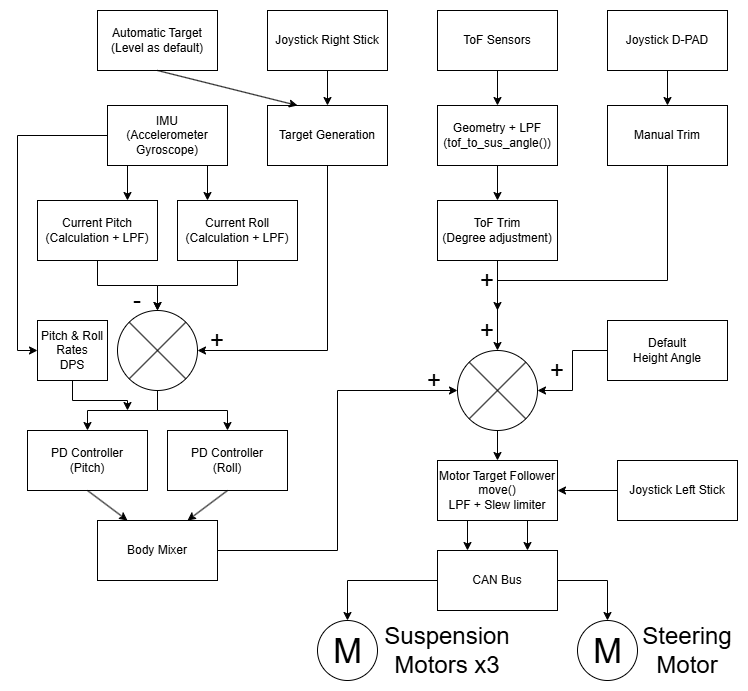
Above: docs/images/main_py_high_level.drawio.png in s00248142/predictive-rover-suspension (draw.io), before the change. Source tidied: cells renumbered, new cells last; positions are measured from the earlier drawing's top-left corner, leaving out a move shared by most shapes. The source it was exported from:
```xml
<mxGraphModel>
  <root>
    <mxCell id="0" />
    <mxCell id="1" parent="0" />
    <mxCell id="2" value="Joystick Right Stick" style="rounded=0;whiteSpace=wrap;html=1;" parent="1" vertex="1">
      <mxGeometry x="240" width="120" height="60" as="geometry" />
    </mxCell>
    <mxCell id="3" style="edgeStyle=orthogonalEdgeStyle;rounded=0;jettySize=auto;html=1;exitX=0.5;exitY=1;exitDx=0;exitDy=0;entryX=1;entryY=0.5;entryDx=0;entryDy=0;" parent="1" edge="1" source="4" target="47">
      <mxGeometry relative="1" as="geometry" />
    </mxCell>
    <mxCell id="4" value="Target Generation" style="rounded=0;whiteSpace=wrap;html=1;" parent="1" vertex="1">
      <mxGeometry x="240" y="95" width="120" height="60" as="geometry" />
    </mxCell>
    <mxCell id="5" value="PD Controller&lt;div&gt;(Pitch)&lt;/div&gt;" style="rounded=0;whiteSpace=wrap;html=1;" parent="1" vertex="1">
      <mxGeometry y="420" width="120" height="60" as="geometry" />
    </mxCell>
    <mxCell id="6" value="PD Controller&lt;div&gt;(Roll)&lt;/div&gt;" style="rounded=0;whiteSpace=wrap;html=1;" parent="1" vertex="1">
      <mxGeometry x="140" y="420" width="120" height="60" as="geometry" />
    </mxCell>
    <mxCell id="7" style="edgeStyle=orthogonalEdgeStyle;rounded=0;jettySize=auto;html=1;exitX=1;exitY=0.5;exitDx=0;exitDy=0;entryX=0;entryY=0.5;entryDx=0;entryDy=0;" parent="1" edge="1" source="8" target="22">
      <mxGeometry relative="1" as="geometry" />
    </mxCell>
    <mxCell id="8" value="Body Mixer" style="rounded=0;whiteSpace=wrap;html=1;" parent="1" vertex="1">
      <mxGeometry x="70" y="510" width="120" height="60" as="geometry" />
    </mxCell>
    <mxCell id="9" style="edgeStyle=orthogonalEdgeStyle;rounded=0;jettySize=auto;html=1;exitX=0.25;exitY=1;exitDx=0;exitDy=0;entryX=0.25;entryY=0;entryDx=0;entryDy=0;" parent="1" edge="1" source="11" target="14">
      <mxGeometry relative="1" as="geometry" />
    </mxCell>
    <mxCell id="10" style="edgeStyle=orthogonalEdgeStyle;rounded=0;jettySize=auto;html=1;exitX=0.75;exitY=1;exitDx=0;exitDy=0;entryX=0.75;entryY=0;entryDx=0;entryDy=0;" parent="1" edge="1" source="11" target="14">
      <mxGeometry relative="1" as="geometry" />
    </mxCell>
    <mxCell id="11" value="Motor Target Follower&lt;div&gt;move()&lt;br&gt;LPF + Slew limiter&lt;/div&gt;" style="rounded=0;whiteSpace=wrap;html=1;" parent="1" vertex="1">
      <mxGeometry x="410" y="450" width="120" height="60" as="geometry" />
    </mxCell>
    <mxCell id="12" style="edgeStyle=orthogonalEdgeStyle;rounded=0;jettySize=auto;html=1;exitX=0;exitY=0.5;exitDx=0;exitDy=0;entryX=0.5;entryY=0;entryDx=0;entryDy=0;" parent="1" edge="1" source="14" target="41">
      <mxGeometry relative="1" as="geometry" />
    </mxCell>
    <mxCell id="13" style="edgeStyle=orthogonalEdgeStyle;rounded=0;jettySize=auto;html=1;exitX=1;exitY=0.5;exitDx=0;exitDy=0;entryX=0.5;entryY=0;entryDx=0;entryDy=0;" parent="1" edge="1" source="14" target="55">
      <mxGeometry relative="1" as="geometry" />
    </mxCell>
    <mxCell id="14" value="CAN Bus" style="rounded=0;whiteSpace=wrap;html=1;" parent="1" vertex="1">
      <mxGeometry x="410" y="540" width="120" height="60" as="geometry" />
    </mxCell>
    <mxCell id="15" value="Automatic Target&lt;div&gt;(Level as default)&lt;/div&gt;" style="rounded=0;whiteSpace=wrap;html=1;" parent="1" vertex="1">
      <mxGeometry x="70" width="120" height="60" as="geometry" />
    </mxCell>
    <mxCell id="16" style="endArrow=classic;html=1;rounded=0;exitX=0.5;exitY=1;exitDx=0;exitDy=0;entryX=0.25;entryY=0;entryDx=0;entryDy=0;" parent="1" edge="1" source="15" target="4">
      <mxGeometry relative="1" as="geometry" />
    </mxCell>
    <mxCell id="17" style="endArrow=classic;html=1;rounded=0;exitX=0.5;exitY=1;exitDx=0;exitDy=0;entryX=0.5;entryY=0;entryDx=0;entryDy=0;" parent="1" edge="1" source="2" target="4">
      <mxGeometry relative="1" as="geometry" />
    </mxCell>
    <mxCell id="18" value="ToF Sensors" style="rounded=0;whiteSpace=wrap;html=1;" parent="1" vertex="1">
      <mxGeometry x="410" width="120" height="60" as="geometry" />
    </mxCell>
    <mxCell id="19" value="ToF Trim&lt;div&gt;(Degree adjustment)&lt;/div&gt;" style="rounded=0;whiteSpace=wrap;html=1;" parent="1" vertex="1">
      <mxGeometry x="410" y="190" width="120" height="60" as="geometry" />
    </mxCell>
    <mxCell id="20" value="Joystick D-PAD" style="rounded=0;whiteSpace=wrap;html=1;" parent="1" vertex="1">
      <mxGeometry x="580" width="120" height="60" as="geometry" />
    </mxCell>
    <mxCell id="21" style="edgeStyle=orthogonalEdgeStyle;rounded=0;jettySize=auto;html=1;exitX=0.5;exitY=1;exitDx=0;exitDy=0;entryX=0.5;entryY=0;entryDx=0;entryDy=0;" parent="1" edge="1" source="22" target="11">
      <mxGeometry relative="1" as="geometry" />
    </mxCell>
    <mxCell id="22" style="shape=sumEllipse;perimeter=ellipsePerimeter;whiteSpace=wrap;html=1;backgroundOutline=1;" parent="1" vertex="1">
      <mxGeometry x="430" y="340" width="80" height="80" as="geometry" />
    </mxCell>
    <mxCell id="23" style="edgeStyle=orthogonalEdgeStyle;rounded=0;jettySize=auto;html=1;exitX=0.5;exitY=1;exitDx=0;exitDy=0;" parent="1" edge="1" source="24">
      <mxGeometry relative="1" as="geometry">
        <mxPoint x="470" y="300" as="targetPoint" />
        <Array as="points">
          <mxPoint x="640" y="270" />
          <mxPoint x="470" y="270" />
        </Array>
      </mxGeometry>
    </mxCell>
    <mxCell id="24" value="Manual Trim" style="rounded=0;whiteSpace=wrap;html=1;" parent="1" vertex="1">
      <mxGeometry x="580" y="95" width="120" height="60" as="geometry" />
    </mxCell>
    <mxCell id="25" value="Geometry + LPF&lt;div&gt;(tof_to_sus_angle())&lt;/div&gt;" style="rounded=0;whiteSpace=wrap;html=1;" parent="1" vertex="1">
      <mxGeometry x="410" y="95" width="120" height="60" as="geometry" />
    </mxCell>
    <mxCell id="26" style="endArrow=classic;html=1;rounded=0;entryX=0.5;entryY=0;entryDx=0;entryDy=0;exitX=0.5;exitY=1;exitDx=0;exitDy=0;" parent="1" edge="1" source="18" target="25">
      <mxGeometry relative="1" as="geometry" />
    </mxCell>
    <mxCell id="27" style="endArrow=classic;html=1;rounded=0;entryX=0.5;entryY=0;entryDx=0;entryDy=0;exitX=0.5;exitY=1;exitDx=0;exitDy=0;" parent="1" edge="1" source="20" target="24">
      <mxGeometry relative="1" as="geometry" />
    </mxCell>
    <mxCell id="28" style="edgeStyle=orthogonalEdgeStyle;rounded=0;jettySize=auto;html=1;exitX=0;exitY=0.5;exitDx=0;exitDy=0;entryX=0;entryY=0.5;entryDx=0;entryDy=0;" parent="1" edge="1" source="31" target="58">
      <mxGeometry relative="1" as="geometry" />
    </mxCell>
    <mxCell id="29" style="edgeStyle=orthogonalEdgeStyle;rounded=0;jettySize=auto;html=1;exitX=0.75;exitY=1;exitDx=0;exitDy=0;entryX=0.25;entryY=0;entryDx=0;entryDy=0;" parent="1" edge="1" source="31" target="35">
      <mxGeometry relative="1" as="geometry" />
    </mxCell>
    <mxCell id="30" style="edgeStyle=orthogonalEdgeStyle;rounded=0;jettySize=auto;html=1;exitX=0.25;exitY=1;exitDx=0;exitDy=0;entryX=0.75;entryY=0;entryDx=0;entryDy=0;" parent="1" edge="1" source="31" target="33">
      <mxGeometry relative="1" as="geometry" />
    </mxCell>
    <mxCell id="31" value="IMU&lt;div&gt;(Accelerometer&lt;/div&gt;&lt;div&gt;Gyroscope)&lt;/div&gt;" style="rounded=0;whiteSpace=wrap;html=1;" parent="1" vertex="1">
      <mxGeometry x="80" y="95" width="120" height="60" as="geometry" />
    </mxCell>
    <mxCell id="32" style="edgeStyle=orthogonalEdgeStyle;rounded=0;jettySize=auto;html=1;exitX=0.5;exitY=1;exitDx=0;exitDy=0;entryX=0.5;entryY=0;entryDx=0;entryDy=0;" parent="1" edge="1" source="33" target="47">
      <mxGeometry relative="1" as="geometry" />
    </mxCell>
    <mxCell id="33" value="Current Pitch&lt;div&gt;(Calculation + LPF)&lt;/div&gt;" style="rounded=0;whiteSpace=wrap;html=1;" parent="1" vertex="1">
      <mxGeometry x="10" y="190" width="120" height="60" as="geometry" />
    </mxCell>
    <mxCell id="34" style="edgeStyle=orthogonalEdgeStyle;rounded=0;jettySize=auto;html=1;exitX=0.5;exitY=1;exitDx=0;exitDy=0;" parent="1" edge="1" source="35">
      <mxGeometry relative="1" as="geometry">
        <mxPoint x="130" y="300" as="targetPoint" />
      </mxGeometry>
    </mxCell>
    <mxCell id="35" value="Current Roll&lt;div&gt;(Calculation + LPF)&lt;/div&gt;" style="rounded=0;whiteSpace=wrap;html=1;" parent="1" vertex="1">
      <mxGeometry x="150" y="190" width="120" height="60" as="geometry" />
    </mxCell>
    <mxCell id="36" style="endArrow=classic;html=1;rounded=0;entryX=0.5;entryY=0;entryDx=0;entryDy=0;exitX=0.5;exitY=1;exitDx=0;exitDy=0;" parent="1" edge="1" source="25" target="19">
      <mxGeometry relative="1" as="geometry" />
    </mxCell>
    <mxCell id="37" style="edgeStyle=orthogonalEdgeStyle;rounded=0;jettySize=auto;html=1;exitX=0;exitY=0.5;exitDx=0;exitDy=0;entryX=1;entryY=0.5;entryDx=0;entryDy=0;" parent="1" edge="1" source="38" target="11">
      <mxGeometry relative="1" as="geometry" />
    </mxCell>
    <mxCell id="38" value="Joystick Left Stick" style="rounded=0;whiteSpace=wrap;html=1;" parent="1" vertex="1">
      <mxGeometry x="590" y="450" width="120" height="60" as="geometry" />
    </mxCell>
    <mxCell id="39" style="edgeStyle=orthogonalEdgeStyle;rounded=0;jettySize=auto;html=1;exitX=0;exitY=0.5;exitDx=0;exitDy=0;entryX=1;entryY=0.5;entryDx=0;entryDy=0;" parent="1" edge="1" source="40" target="22">
      <mxGeometry relative="1" as="geometry" />
    </mxCell>
    <mxCell id="40" value="Default&lt;div&gt;Height Angle&lt;/div&gt;" style="rounded=0;whiteSpace=wrap;html=1;" parent="1" vertex="1">
      <mxGeometry x="580" y="310" width="120" height="60" as="geometry" />
    </mxCell>
    <mxCell id="41" value="M" style="verticalLabelPosition=middle;shadow=0;dashed=0;align=center;html=1;verticalAlign=middle;strokeWidth=1;shape=ellipse;fontSize=35;" parent="1" vertex="1">
      <mxGeometry x="290" y="610" width="60" height="60" as="geometry" />
    </mxCell>
    <mxCell id="42" style="endArrow=classic;html=1;rounded=0;exitX=0.5;exitY=1;exitDx=0;exitDy=0;entryX=0.25;entryY=0;entryDx=0;entryDy=0;" parent="1" edge="1" source="5" target="8">
      <mxGeometry relative="1" as="geometry" />
    </mxCell>
    <mxCell id="43" style="endArrow=classic;html=1;rounded=0;exitX=0.5;exitY=1;exitDx=0;exitDy=0;entryX=0.75;entryY=0;entryDx=0;entryDy=0;" parent="1" edge="1" source="6" target="8">
      <mxGeometry relative="1" as="geometry" />
    </mxCell>
    <mxCell id="44" style="endArrow=classic;html=1;rounded=0;exitX=0.5;exitY=1;exitDx=0;exitDy=0;entryX=0.5;entryY=0;entryDx=0;entryDy=0;" parent="1" edge="1" source="19" target="22">
      <mxGeometry relative="1" as="geometry" />
    </mxCell>
    <mxCell id="45" style="edgeStyle=orthogonalEdgeStyle;rounded=0;jettySize=auto;html=1;exitX=0.5;exitY=1;exitDx=0;exitDy=0;entryX=0.5;entryY=0;entryDx=0;entryDy=0;" parent="1" edge="1" source="47" target="5">
      <mxGeometry relative="1" as="geometry" />
    </mxCell>
    <mxCell id="46" style="edgeStyle=orthogonalEdgeStyle;rounded=0;jettySize=auto;html=1;exitX=0.5;exitY=1;exitDx=0;exitDy=0;entryX=0.5;entryY=0;entryDx=0;entryDy=0;" parent="1" edge="1" source="47" target="6">
      <mxGeometry relative="1" as="geometry" />
    </mxCell>
    <mxCell id="47" style="shape=sumEllipse;perimeter=ellipsePerimeter;whiteSpace=wrap;html=1;backgroundOutline=1;" parent="1" vertex="1">
      <mxGeometry x="90" y="300" width="80" height="80" as="geometry" />
    </mxCell>
    <mxCell id="48" value="&lt;font style=&quot;font-size: 24px;&quot;&gt;+&lt;/font&gt;" style="rounded=0;whiteSpace=wrap;html=1;strokeColor=none;fillColor=none;" parent="1" vertex="1">
      <mxGeometry x="180" y="320" width="20" height="20" as="geometry" />
    </mxCell>
    <mxCell id="49" value="&lt;font style=&quot;font-size: 24px;&quot;&gt;+&lt;/font&gt;" style="rounded=0;whiteSpace=wrap;html=1;strokeColor=none;fillColor=none;" parent="1" vertex="1">
      <mxGeometry x="450" y="310" width="20" height="20" as="geometry" />
    </mxCell>
    <mxCell id="50" value="&lt;font style=&quot;font-size: 24px;&quot;&gt;+&lt;/font&gt;" style="rounded=0;whiteSpace=wrap;html=1;strokeColor=none;fillColor=none;" parent="1" vertex="1">
      <mxGeometry x="450" y="260" width="20" height="20" as="geometry" />
    </mxCell>
    <mxCell id="51" value="&lt;font style=&quot;font-size: 24px;&quot;&gt;+&lt;/font&gt;" style="rounded=0;whiteSpace=wrap;html=1;strokeColor=none;fillColor=none;" parent="1" vertex="1">
      <mxGeometry x="520" y="350" width="20" height="20" as="geometry" />
    </mxCell>
    <mxCell id="52" value="&lt;font style=&quot;font-size: 24px;&quot;&gt;+&lt;/font&gt;" style="rounded=0;whiteSpace=wrap;html=1;strokeColor=none;fillColor=none;" parent="1" vertex="1">
      <mxGeometry x="397" y="360" width="20" height="20" as="geometry" />
    </mxCell>
    <mxCell id="53" value="&lt;font style=&quot;font-size: 24px;&quot;&gt;-&lt;/font&gt;" style="rounded=0;whiteSpace=wrap;html=1;strokeColor=none;fillColor=none;" parent="1" vertex="1">
      <mxGeometry x="100" y="280" width="20" height="20" as="geometry" />
    </mxCell>
    <mxCell id="54" value="&lt;font style=&quot;font-size: 24px;&quot;&gt;Suspension Motors x3&lt;/font&gt;" style="rounded=0;whiteSpace=wrap;html=1;strokeColor=none;fillColor=none;" parent="1" vertex="1">
      <mxGeometry x="370" y="630" width="100" height="20" as="geometry" />
    </mxCell>
    <mxCell id="55" value="M" style="verticalLabelPosition=middle;shadow=0;dashed=0;align=center;html=1;verticalAlign=middle;strokeWidth=1;shape=ellipse;fontSize=35;" parent="1" vertex="1">
      <mxGeometry x="550" y="610" width="60" height="60" as="geometry" />
    </mxCell>
    <mxCell id="56" value="&lt;font style=&quot;font-size: 24px;&quot;&gt;Steering&lt;/font&gt;&lt;div&gt;&lt;font style=&quot;font-size: 24px;&quot;&gt;Motor&lt;/font&gt;&lt;/div&gt;" style="rounded=0;whiteSpace=wrap;html=1;strokeColor=none;fillColor=none;" parent="1" vertex="1">
      <mxGeometry x="610" y="630" width="100" height="20" as="geometry" />
    </mxCell>
    <mxCell id="57" style="edgeStyle=orthogonalEdgeStyle;rounded=0;jettySize=auto;html=1;exitX=0.5;exitY=1;exitDx=0;exitDy=0;" parent="1" edge="1" source="58">
      <mxGeometry relative="1" as="geometry">
        <mxPoint x="100" y="400" as="targetPoint" />
      </mxGeometry>
    </mxCell>
    <mxCell id="58" value="Pitch &amp;amp; Roll&lt;div&gt;Rates&lt;/div&gt;&lt;div&gt;DPS&lt;/div&gt;" style="rounded=0;whiteSpace=wrap;html=1;" parent="1" vertex="1">
      <mxGeometry x="10" y="310" width="70" height="60" as="geometry" />
    </mxCell>
  </root>
</mxGraphModel>
```
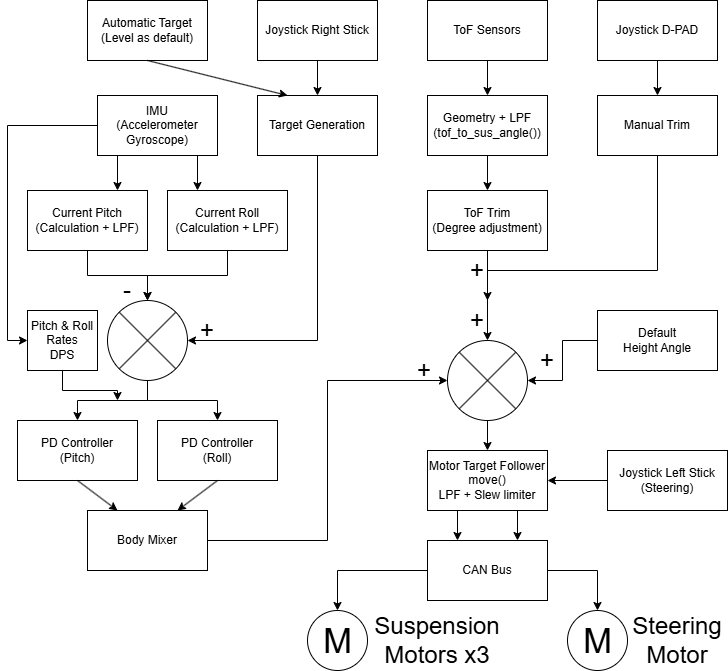
After the change.

Commit message:
Revised block diagram

The edit, as a diff of the source:
```diff
@@ -118,7 +118,7 @@
     <mxCell id="37" style="edgeStyle=orthogonalEdgeStyle;rounded=0;jettySize=auto;html=1;exitX=0;exitY=0.5;exitDx=0;exitDy=0;entryX=1;entryY=0.5;entryDx=0;entryDy=0;" parent="1" edge="1" source="38" target="11">
       <mxGeometry relative="1" as="geometry" />
     </mxCell>
-    <mxCell id="38" value="Joystick Left Stick" style="rounded=0;whiteSpace=wrap;html=1;" parent="1" vertex="1">
+    <mxCell id="38" value="Joystick Left Stick&lt;div&gt;(Steering)&lt;/div&gt;" style="rounded=0;whiteSpace=wrap;html=1;" parent="1" vertex="1">
       <mxGeometry x="590" y="450" width="120" height="60" as="geometry" />
     </mxCell>
     <mxCell id="39" style="edgeStyle=orthogonalEdgeStyle;rounded=0;jettySize=auto;html=1;exitX=0;exitY=0.5;exitDx=0;exitDy=0;entryX=1;entryY=0.5;entryDx=0;entryDy=0;" parent="1" edge="1" source="40" target="22">
```
